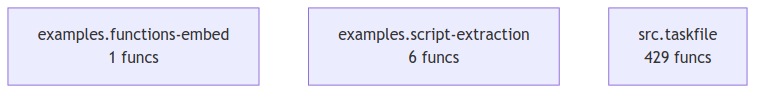
pyfunc/taskfile keeps this Mermaid diagram as project/compact_flow.png. Above is the earlier version. Its source is kept beside it as project/compact_flow.mmd.
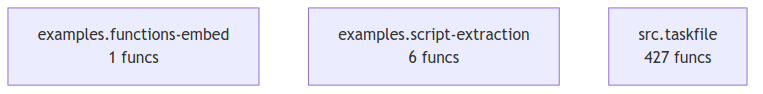
After the change.

What changed in the source:
```diff
@@ -1,4 +1,4 @@
 flowchart TD
     examples_functions_embed["examples.functions-embed<br/>1 funcs"]
     examples_script_extraction["examples.script-extraction<br/>6 funcs"]
-    src_taskfile["src.taskfile<br/>429 funcs"]
+    src_taskfile["src.taskfile<br/>427 funcs"]
```
